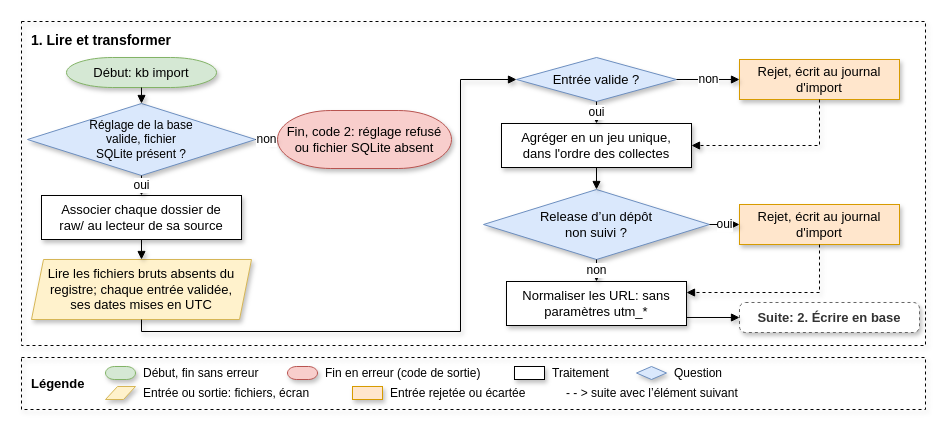
SabineLaurent/K-B keeps this draw.io diagram as documentation/images/logigramme-import-lire_20261121.drawio. Above is the earlier version. Source tidied: cells renumbered, new cells numbered last; positions are measured from the earlier drawing's top-left corner, leaving out a move shared by most shapes. Both pictures are drawn from the tidied source at 100%, with x=0, y=0 at pixel (21, 21).
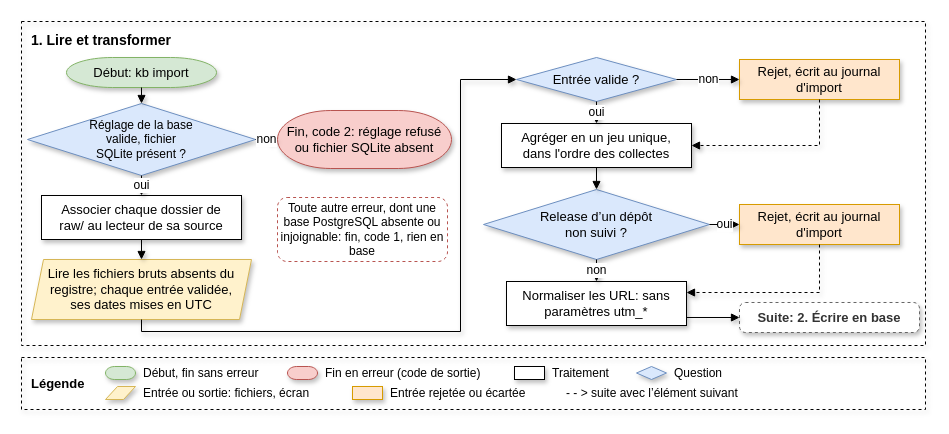
After the change.

Diff of the diagram source:
```diff
@@
+    <mxCell id="42" value="Toute autre erreur, dont une base PostgreSQL absente ou injoignable: fin, code 1, rien en base" style="rounded=1;whiteSpace=wrap;html=1;fontSize=12;fontFamily=Helvetica;dashed=1;fillColor=#FFFFFF;strokeColor=#B85450;fontColor=#000000;" parent="1" vertex="1">
+      <mxGeometry x="256" y="176" width="170" height="64" as="geometry" />
+    </mxCell>
```
